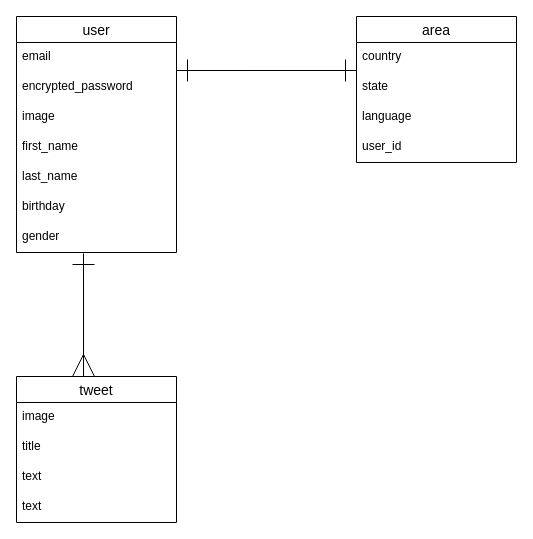
Above: trip.dio in oramubon/trip_app (draw.io), before the change. Source tidied: cells renumbered, new cells numbered last; positions are measured from the earlier drawing's top-left corner, leaving out a move shared by most shapes. Both pictures are drawn from the tidied source at 100%, with x=0, y=0 at pixel (16, 16).
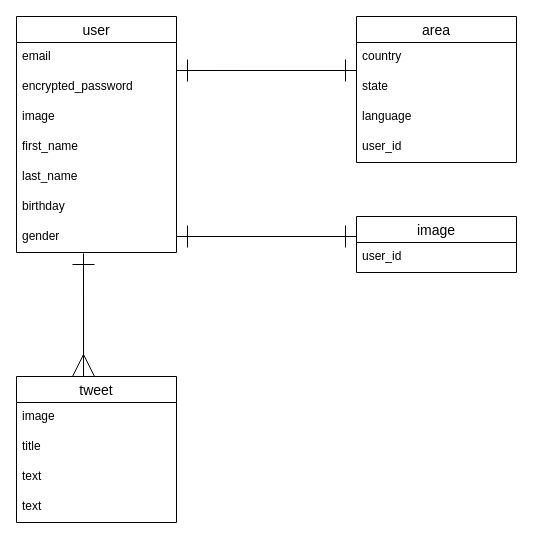
The same page after the edit.

Commit message (it also covers changes not shown here):
テーブルとアソシエーションの追加

Diff of the diagram source:
```diff
@@
+    <mxCell id="22" value="image" style="swimlane;fontStyle=0;horizontal=1;startSize=26;align=center;fontSize=14;" parent="1" vertex="1">
+      <mxGeometry x="340" y="200" width="160" height="56" as="geometry" />
+    </mxCell>
+    <mxCell id="23" value="user_id" style="text;strokeColor=none;fillColor=none;spacingLeft=4;spacingRight=4;overflow=hidden;fontSize=12;" parent="22" vertex="1">
+      <mxGeometry y="26" width="160" height="30" as="geometry" />
+    </mxCell>
+    <mxCell id="24" style="endArrow=ERone;html=1;rounded=0;entryX=0;entryY=-0.067;entryDx=0;entryDy=0;entryPerimeter=0;startArrow=ERone;startFill=0;endFill=0;endSize=20;startSize=20;" parent="1" edge="1">
+      <mxGeometry relative="1" as="geometry">
+        <mxPoint x="160" y="220" as="sourcePoint" />
+        <mxPoint x="340" y="220" as="targetPoint" />
+      </mxGeometry>
+    </mxCell>
```
